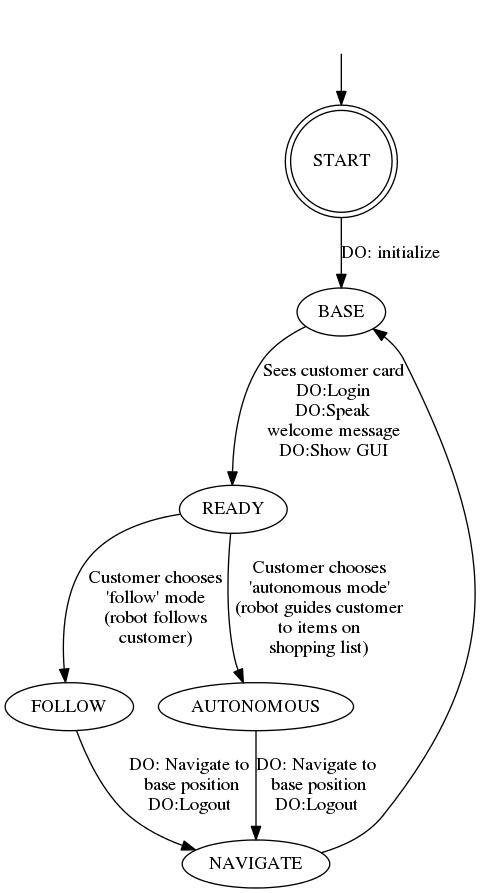
Before: fsms/main.png, a diagram exported from Graphviz (s9wischu/uow_Botinator). Its source is kept beside it as fsms/main.dot. Source of this version:
```dot
digraph finite_state_machine {

    START [ shape=doublecircle ]
    start_invisible [ style=invis ]
    start_invisible -> START
    START -> BASE [ label = "DO: initialize" ];
    BASE -> READY [ label = "Sees customer card\nDO:Login\nDO:Speak\nwelcome message\nDO:Show GUI" ];
    READY -> FOLLOW [ label = "Customer chooses\n'follow' mode\n(robot follows\ncustomer)" ];
    READY -> AUTONOMOUS [ label = "Customer chooses\n'autonomous mode'\n(robot guides customer\nto items on\nshopping list)" ];

    AUTONOMOUS, FOLLOW-> NAVIGATE [ label = "DO: Navigate to\n base position\nDO:Logout" ]
    NAVIGATE -> BASE


}
```
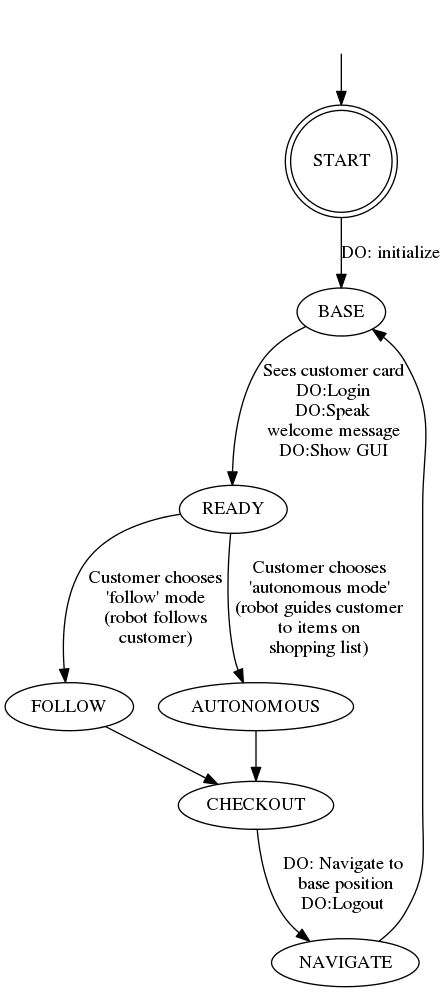
The same diagram one commit later.

Diff of the diagram source:
```diff
@@ -7,8 +7,9 @@
     BASE -> READY [ label = "Sees customer card\nDO:Login\nDO:Speak\nwelcome message\nDO:Show GUI" ];
     READY -> FOLLOW [ label = "Customer chooses\n'follow' mode\n(robot follows\ncustomer)" ];
     READY -> AUTONOMOUS [ label = "Customer chooses\n'autonomous mode'\n(robot guides customer\nto items on\nshopping list)" ];
+    AUTONOMOUS, FOLLOW -> CHECKOUT
 
-    AUTONOMOUS, FOLLOW-> NAVIGATE [ label = "DO: Navigate to\n base position\nDO:Logout" ]
+    CHECKOUT-> NAVIGATE [ label = "DO: Navigate to\n base position\nDO:Logout" ]
     NAVIGATE -> BASE
 
 
```
